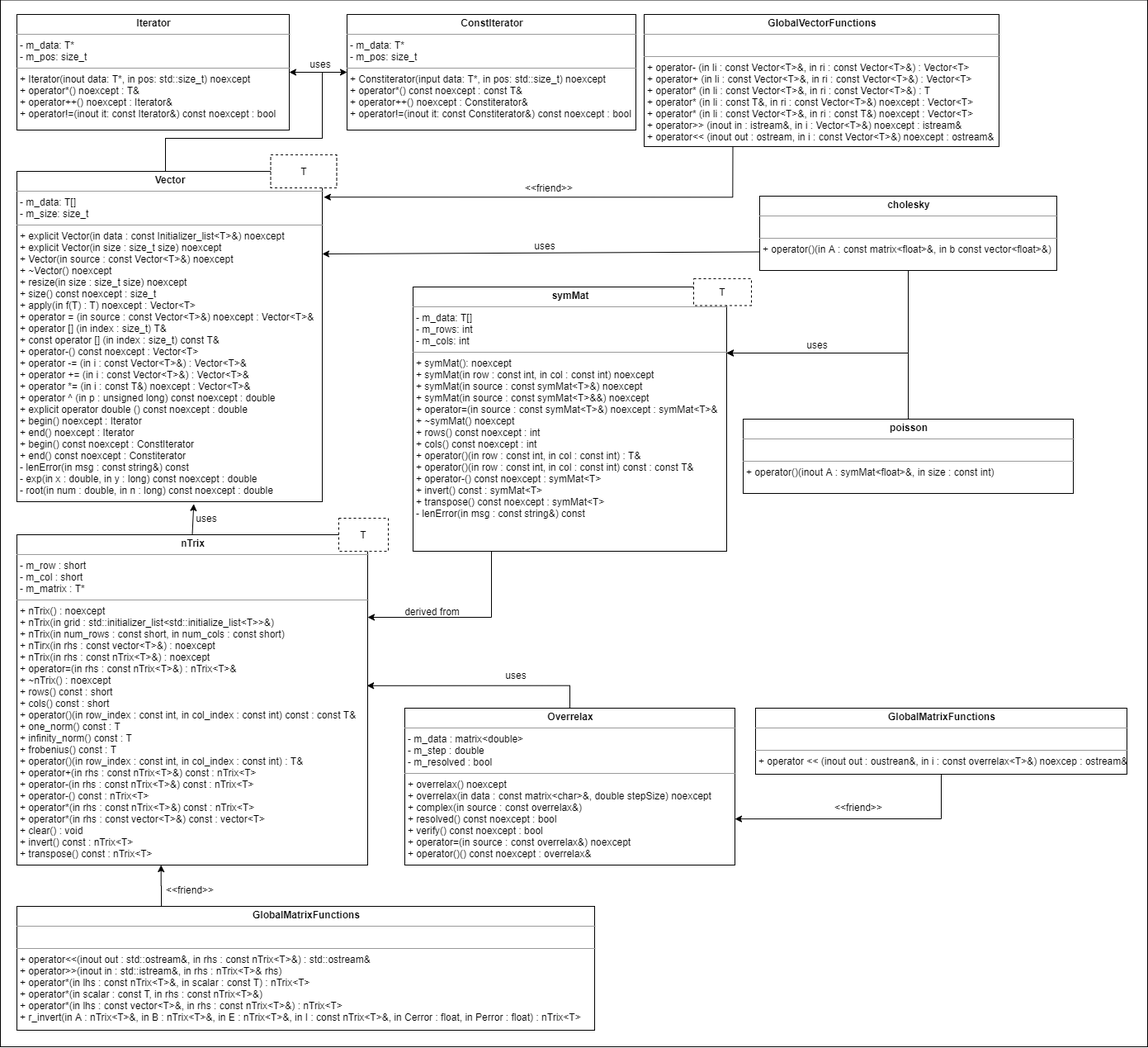
This is uml.png from noahklein00/cs5201_hw7, a draw.io export, as it was before one commit. Source tidied: cells renumbered, new cells last; positions are measured from the earlier drawing's top-left corner, leaving out a move shared by most shapes.
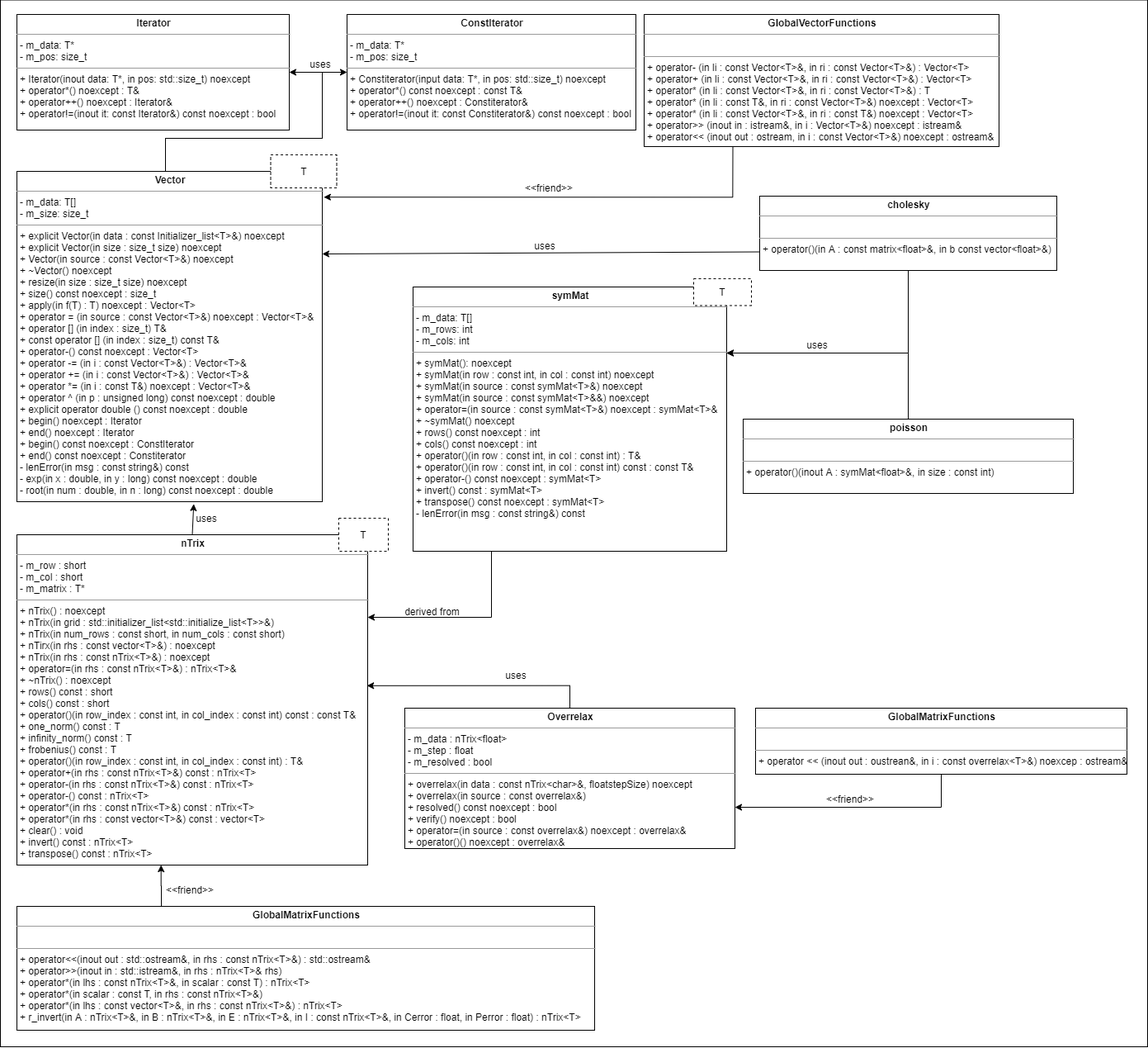
The same file after the commit.

Change to the diagram source:
```diff
@@ -54,8 +54,8 @@
     <mxCell id="13" style="edgeStyle=orthogonalEdgeStyle;rounded=0;jettySize=auto;html=1;exitX=0.5;exitY=0;exitDx=0;exitDy=0;entryX=0.998;entryY=0.457;entryDx=0;entryDy=0;entryPerimeter=0;" parent="1" edge="1" source="14" target="27">
       <mxGeometry relative="1" as="geometry" />
     </mxCell>
-    <mxCell id="14" value="&lt;p style=&quot;margin: 0px ; margin-top: 4px ; text-align: center&quot;&gt;&lt;b&gt;Overrelax&lt;/b&gt;&lt;/p&gt;&lt;hr size=&quot;1&quot;&gt;&lt;p style=&quot;margin: 0px ; margin-left: 4px&quot;&gt;- m_data : matrix&amp;lt;double&amp;gt;&lt;/p&gt;&lt;p style=&quot;margin: 0px ; margin-left: 4px&quot;&gt;- m_step : double&lt;/p&gt;&lt;p style=&quot;margin: 0px ; margin-left: 4px&quot;&gt;- m_resolved : bool&lt;/p&gt;&lt;hr size=&quot;1&quot;&gt;&lt;p style=&quot;margin: 0px ; margin-left: 4px&quot;&gt;+ overrelax() noexcept&lt;span&gt;&lt;br&gt;&lt;/span&gt;&lt;/p&gt;&lt;p style=&quot;margin: 0px ; margin-left: 4px&quot;&gt;+ overrelax(in data : const matrix&amp;lt;char&amp;gt;&amp;amp;, double stepSize) noexcept&lt;/p&gt;&lt;p style=&quot;margin: 0px ; margin-left: 4px&quot;&gt;+ complex(in source : const overrelax&amp;amp;)&lt;/p&gt;&lt;p style=&quot;margin: 0px ; margin-left: 4px&quot;&gt;+ resolved() const noexcept : bool&lt;/p&gt;&lt;p style=&quot;margin: 0px ; margin-left: 4px&quot;&gt;+ verify() const noexcept : bool&lt;/p&gt;&lt;p style=&quot;margin: 0px ; margin-left: 4px&quot;&gt;+ operator=(in source : const overrelax&amp;amp;) noexcept&lt;/p&gt;&lt;p style=&quot;margin: 0px ; margin-left: 4px&quot;&gt;+ operator()() const noexcept : overrelax&amp;amp;&lt;/p&gt;" style="verticalAlign=top;align=left;overflow=fill;fontSize=12;fontFamily=Helvetica;html=1;rounded=0;shadow=0;comic=0;labelBackgroundColor=none;strokeWidth=1;" parent="1" vertex="1">
-      <mxGeometry x="490" y="858" width="400" height="190" as="geometry" />
+    <mxCell id="14" value="&lt;p style=&quot;margin: 0px ; margin-top: 4px ; text-align: center&quot;&gt;&lt;b&gt;Overrelax&lt;/b&gt;&lt;/p&gt;&lt;hr size=&quot;1&quot;&gt;&lt;p style=&quot;margin: 0px ; margin-left: 4px&quot;&gt;- m_data : nTrix&amp;lt;float&amp;gt;&lt;/p&gt;&lt;p style=&quot;margin: 0px ; margin-left: 4px&quot;&gt;- m_step : float&lt;/p&gt;&lt;p style=&quot;margin: 0px ; margin-left: 4px&quot;&gt;- m_resolved : bool&lt;/p&gt;&lt;hr size=&quot;1&quot;&gt;&lt;p style=&quot;margin: 0px ; margin-left: 4px&quot;&gt;&lt;span&gt;+ overrelax(in data : const nTrix&amp;lt;char&amp;gt;&amp;amp;, float&lt;/span&gt;&lt;span&gt;stepSize) noexcept&lt;/span&gt;&lt;br&gt;&lt;/p&gt;&lt;p style=&quot;margin: 0px ; margin-left: 4px&quot;&gt;+ overrelax(in source : const overrelax&amp;amp;)&lt;/p&gt;&lt;p style=&quot;margin: 0px ; margin-left: 4px&quot;&gt;+ resolved() const noexcept : bool&lt;/p&gt;&lt;p style=&quot;margin: 0px ; margin-left: 4px&quot;&gt;+ verify() noexcept : bool&lt;/p&gt;&lt;p style=&quot;margin: 0px ; margin-left: 4px&quot;&gt;+ operator=(in source : const overrelax&amp;amp;) noexcept : overrelax&amp;amp;&lt;/p&gt;&lt;p style=&quot;margin: 0px ; margin-left: 4px&quot;&gt;+ operator()() noexcept : overrelax&amp;amp;&lt;/p&gt;" style="verticalAlign=top;align=left;overflow=fill;fontSize=12;fontFamily=Helvetica;html=1;rounded=0;shadow=0;comic=0;labelBackgroundColor=none;strokeWidth=1;" parent="1" vertex="1">
+      <mxGeometry x="490" y="858" width="400" height="170" as="geometry" />
     </mxCell>
     <mxCell id="15" style="edgeStyle=orthogonalEdgeStyle;rounded=0;jettySize=auto;html=1;exitX=0;exitY=0.75;exitDx=0;exitDy=0;entryX=1;entryY=0.25;entryDx=0;entryDy=0;" parent="1" edge="1" source="17" target="7">
       <mxGeometry relative="1" as="geometry">
@@ -128,7 +128,7 @@
       <mxGeometry x="605" y="808" width="40" height="20" as="geometry" />
     </mxCell>
     <mxCell id="37" value="&amp;lt;&amp;lt;friend&amp;gt;&amp;gt;" style="text;html=1;strokeColor=none;fillColor=none;align=center;verticalAlign=middle;whiteSpace=wrap;rounded=0;" parent="1" vertex="1">
-      <mxGeometry x="1020" y="968" width="40" height="20" as="geometry" />
+      <mxGeometry x="1010" y="958" width="40" height="20" as="geometry" />
     </mxCell>
   </root>
 </mxGraphModel>
```
